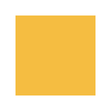
Above: draw/draw-F5BD41.png in web1992/read (draw.io), before the change. Source tidied: cells renumbered, new cells last; positions are measured from the earlier drawing's top-left corner, leaving out a move shared by most shapes.
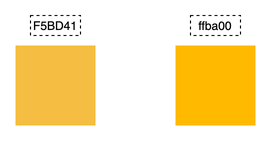
The same file after the commit.

Change to the diagram source:
```diff
@@ -5,5 +5,14 @@
     <mxCell id="2" style="whiteSpace=wrap;html=1;strokeColor=none;fillColor=#F5BD41;" parent="1" vertex="1">
       <mxGeometry width="80" height="80" as="geometry" />
     </mxCell>
+    <mxCell id="3" style="whiteSpace=wrap;html=1;strokeColor=none;fillColor=#ffba00;" parent="1" vertex="1">
+      <mxGeometry x="160" width="80" height="80" as="geometry" />
+    </mxCell>
+    <mxCell id="4" value="ffba00" style="text;html=1;strokeColor=#000000;fillColor=none;align=center;verticalAlign=middle;whiteSpace=wrap;rounded=0;dashed=1;" parent="1" vertex="1">
+      <mxGeometry x="175" y="-30" width="50" height="20" as="geometry" />
+    </mxCell>
+    <mxCell id="5" value="F5BD41" style="text;html=1;strokeColor=#000000;fillColor=none;align=center;verticalAlign=middle;whiteSpace=wrap;rounded=0;dashed=1;" parent="1" vertex="1">
+      <mxGeometry x="15" y="-30" width="50" height="20" as="geometry" />
+    </mxCell>
   </root>
 </mxGraphModel>
```
